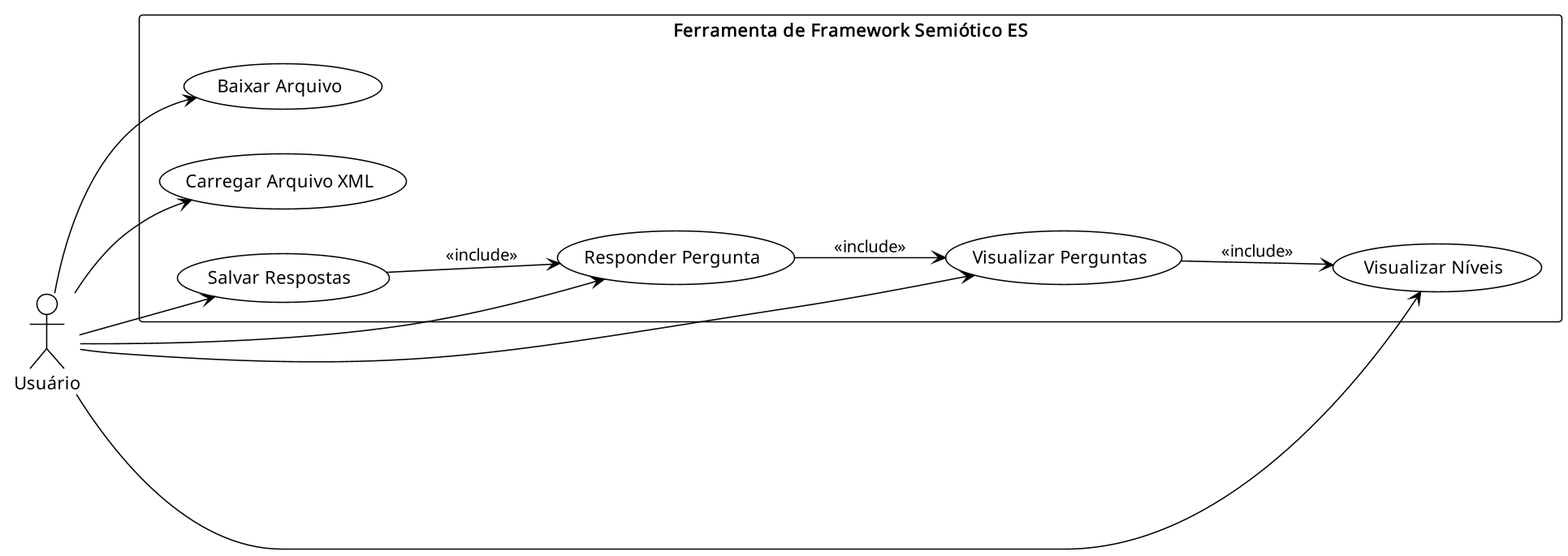
Above: out/docs/requirements/use_cases/use_cases.png in auri-gabriel/semiotic-framework-tool (PlantUML), before the change.
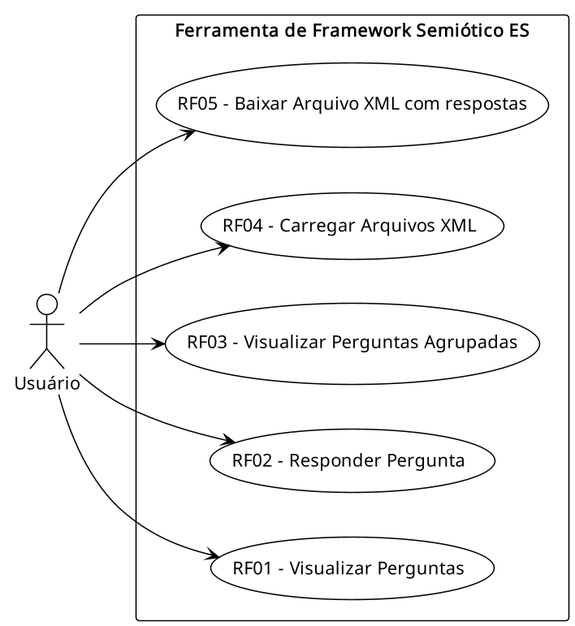
Later version of the same file.

Commit message:
feat: update use cases diagram with detailed functionality and remove unused elements

Change to the diagram source:
```diff
@@ -6,23 +6,17 @@
 actor Usuário
 
 rectangle "Ferramenta de Framework Semiótico ES" {
-    (Visualizar Perguntas) as visualizar
-    (Responder Pergunta) as responder
-    (Visualizar Níveis) as niveis
-    (Baixar Arquivo) as baixar
-    (Carregar Arquivo XML) as carregar
-    (Salvar Respostas) as salvar
+    (RF01 - Visualizar Perguntas) as visualizar
+    (RF02 - Responder Pergunta) as responder
+    (RF03 - Visualizar Perguntas Agrupadas) as agrupar
+    (RF04 - Carregar Arquivos XML) as carregar
+    (RF05 - Baixar Arquivo XML com respostas) as salvar
 }
 
 Usuário --> visualizar
 Usuário --> responder
-Usuário --> niveis
-Usuário --> baixar
+Usuário --> agrupar
 Usuário --> carregar
 Usuário --> salvar
 
-visualizar --> niveis : <<include>>
-responder --> visualizar : <<include>>
-salvar --> responder : <<include>>
-
 @enduml
```
